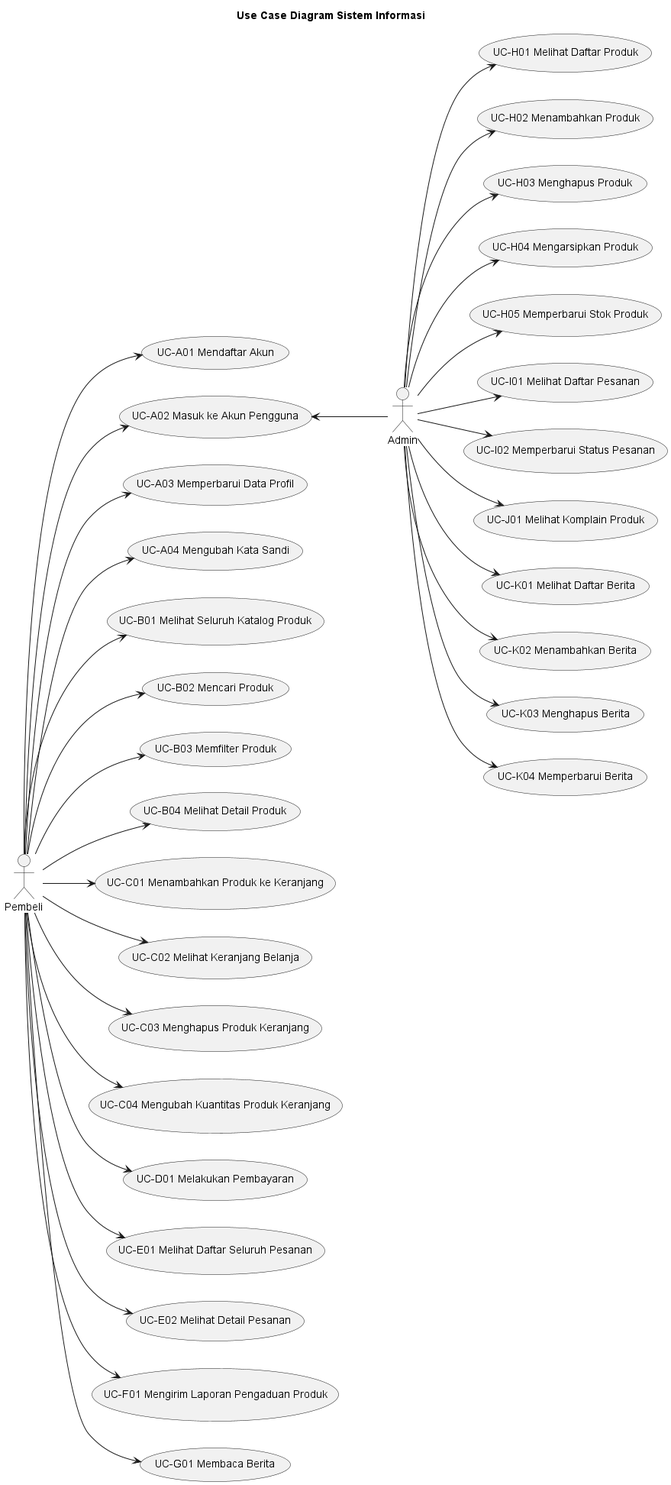
This is out/UCD/UseCaseDiagram_RekayasaSistem.png from alfiahnurfa/RSI-PROYEK-AKHIR-SEQUENCE, a PlantUML export, as it was before one commit.
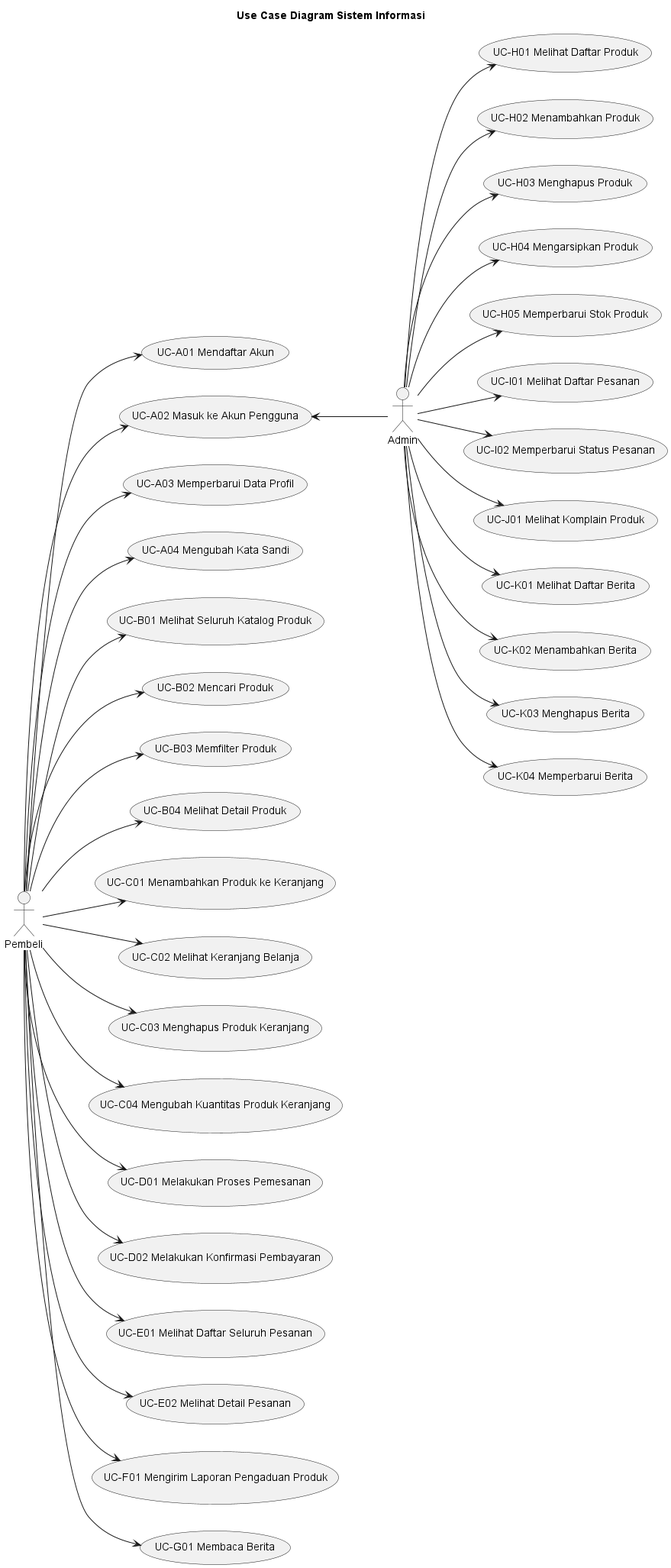
The same file after the commit.

Commit message:
revisi ucd

The edit, as a diff of the source:
```diff
@@ -22,7 +22,8 @@
 Pembeli --> (UC-C03 Menghapus Produk Keranjang)
 Pembeli --> (UC-C04 Mengubah Kuantitas Produk Keranjang)
 
-Pembeli --> (UC-D01 Melakukan Pembayaran)
+Pembeli --> (UC-D01 Melakukan Proses Pemesanan)
+Pembeli --> (UC-D02 Melakukan Konfirmasi Pembayaran)
 Pembeli --> (UC-E01 Melihat Daftar Seluruh Pesanan)
 Pembeli --> (UC-E02 Melihat Detail Pesanan)
 Pembeli --> (UC-F01 Mengirim Laporan Pengaduan Produk)
```
